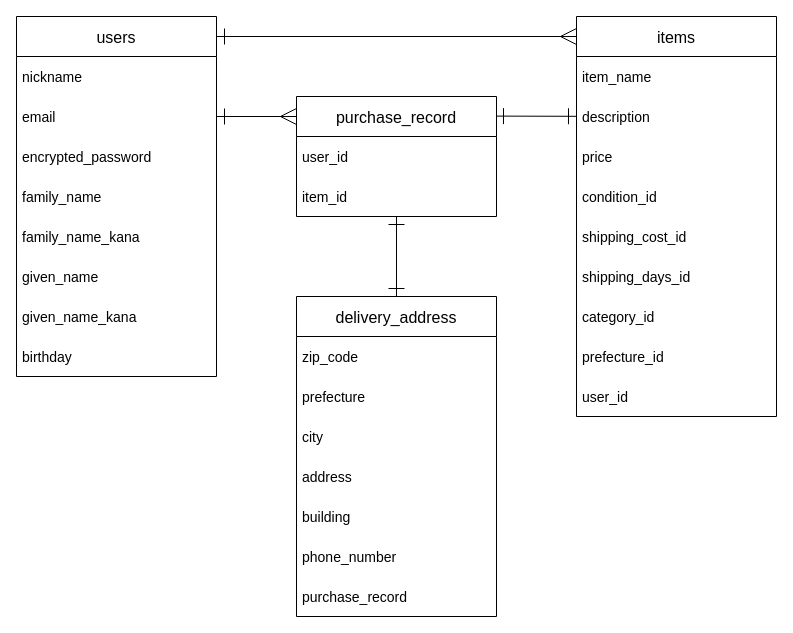
Before: er.dio in oyo-112/furima-37147, a draw.io diagram. Source tidied: cells renumbered, new cells numbered last; positions are measured from the earlier drawing's top-left corner, leaving out a move shared by most shapes. Both pictures are drawn from the tidied source at 100%, with x=0, y=0 at pixel (16, 16).
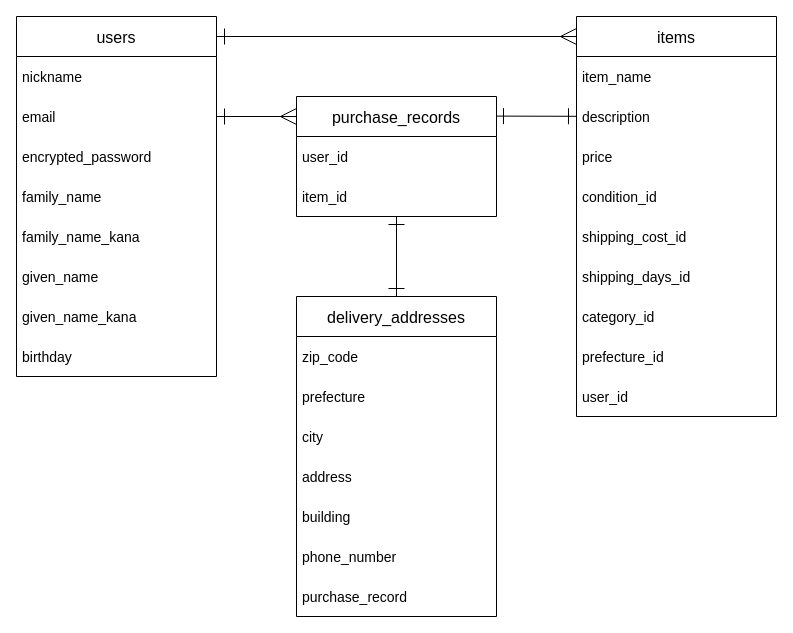
The same page after the edit.

Commit message:
ER図の単数・複数修正

Change to the diagram source:
```diff
@@
-    <mxCell id="24" value="purchase_record" style="swimlane;fontStyle=0;horizontal=1;startSize=40;align=center;fontSize=16;" parent="1" vertex="1">
+    <mxCell id="24" value="purchase_records" style="swimlane;fontStyle=0;horizontal=1;startSize=40;align=center;fontSize=16;" parent="1" vertex="1">
       <mxGeometry x="280" y="80" width="200" height="120" as="geometry" />
     </mxCell>
@@
-    <mxCell id="27" value="delivery_address" style="swimlane;fontStyle=0;horizontal=1;startSize=40;align=center;fontSize=16;" parent="1" vertex="1">
+    <mxCell id="27" value="delivery_addresses" style="swimlane;fontStyle=0;horizontal=1;startSize=40;align=center;fontSize=16;" parent="1" vertex="1">
       <mxGeometry x="280" y="280" width="200" height="320" as="geometry" />
     </mxCell>
```
